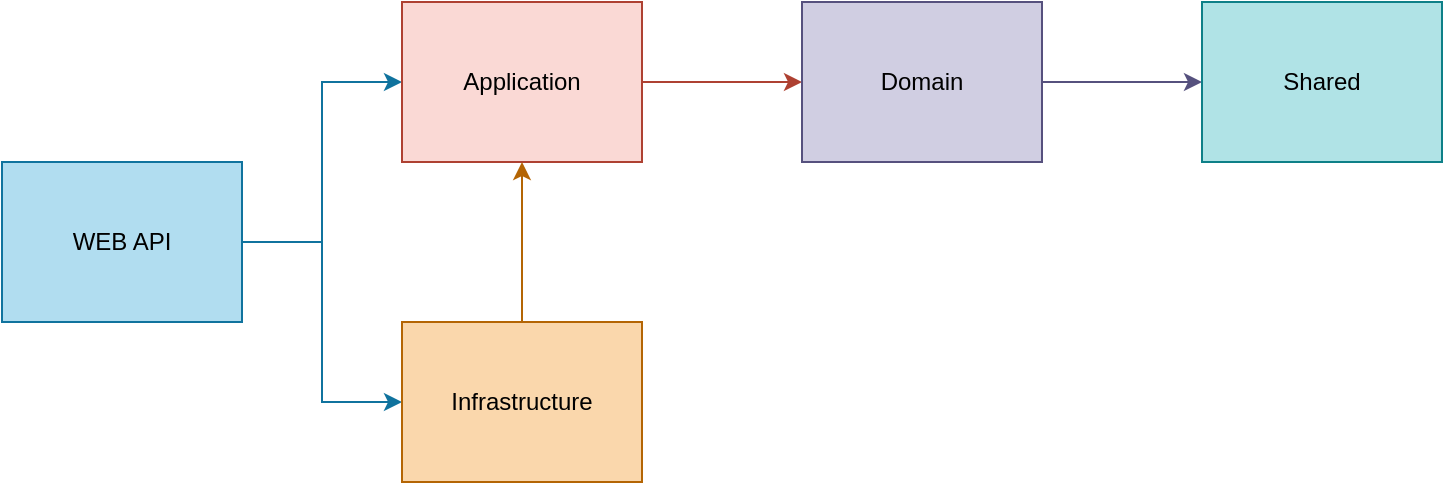
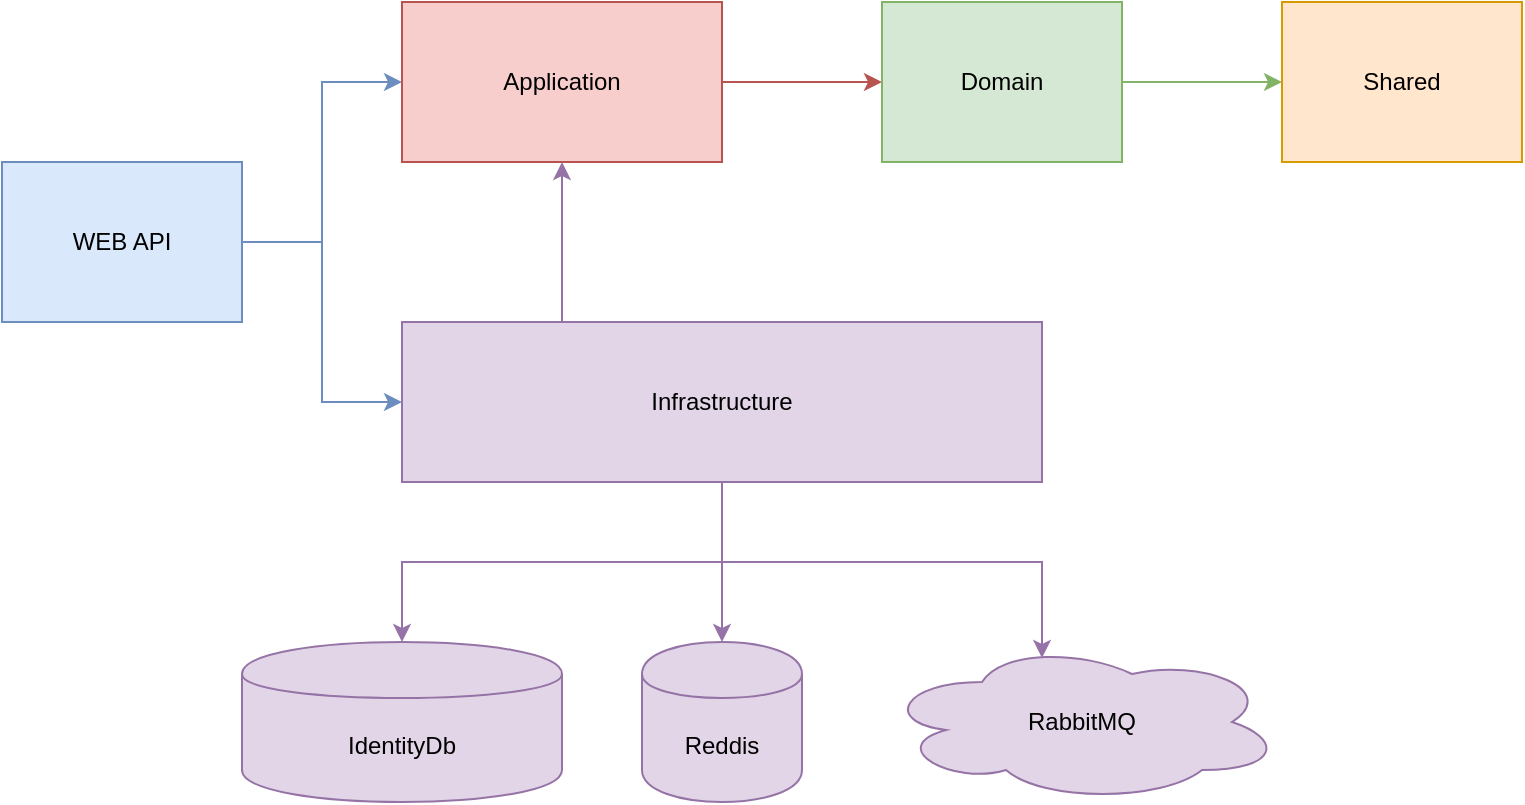
<mxfile host="app.diagrams.net" agent="Mozilla/5.0 (Windows NT 10.0; Win64; x64; rv:150.0) Gecko/20100101 Firefox/150.0">
  <diagram name="Page-1" id="GXAaTJ-KjCMqMk_lmfSD">
    <mxGraphModel dx="1414" dy="751" grid="1" gridSize="10" guides="1" tooltips="1" connect="1" arrows="1" fold="1" page="1" pageScale="1" pageWidth="2000" pageHeight="2000" math="0" shadow="0">
      <root>
        <mxCell id="0" />
        <mxCell id="1" parent="0" />
-         <mxCell id="tfVPCuFNVocGj2-BO_lw-7" edge="1" parent="1" source="tfVPCuFNVocGj2-BO_lw-1" style="edgeStyle=orthogonalEdgeStyle;rounded=0;orthogonalLoop=1;jettySize=auto;html=1;entryX=0;entryY=0.5;entryDx=0;entryDy=0;fillColor=#b1ddf0;strokeColor=#10739e;" target="tfVPCuFNVocGj2-BO_lw-2">
+         <mxCell id="tfVPCuFNVocGj2-BO_lw-7" edge="1" parent="1" source="tfVPCuFNVocGj2-BO_lw-1" style="edgeStyle=orthogonalEdgeStyle;rounded=0;orthogonalLoop=1;jettySize=auto;html=1;entryX=0;entryY=0.5;entryDx=0;entryDy=0;fillColor=#dae8fc;strokeColor=#6c8ebf;" target="tfVPCuFNVocGj2-BO_lw-2">
          <mxGeometry relative="1" as="geometry" />
        </mxCell>
-         <mxCell id="tfVPCuFNVocGj2-BO_lw-8" edge="1" parent="1" source="tfVPCuFNVocGj2-BO_lw-1" style="edgeStyle=orthogonalEdgeStyle;rounded=0;orthogonalLoop=1;jettySize=auto;html=1;entryX=0;entryY=0.5;entryDx=0;entryDy=0;fillColor=#b1ddf0;strokeColor=#10739e;" target="tfVPCuFNVocGj2-BO_lw-5">
+         <mxCell id="tfVPCuFNVocGj2-BO_lw-8" edge="1" parent="1" source="tfVPCuFNVocGj2-BO_lw-1" style="edgeStyle=orthogonalEdgeStyle;rounded=0;orthogonalLoop=1;jettySize=auto;html=1;entryX=0;entryY=0.5;entryDx=0;entryDy=0;fillColor=#dae8fc;strokeColor=#6c8ebf;" target="tfVPCuFNVocGj2-BO_lw-5">
          <mxGeometry relative="1" as="geometry" />
        </mxCell>
-         <mxCell id="tfVPCuFNVocGj2-BO_lw-1" parent="1" style="rounded=0;whiteSpace=wrap;html=1;fillColor=#b1ddf0;strokeColor=#10739e;" value="WEB API" vertex="1">
+         <mxCell id="tfVPCuFNVocGj2-BO_lw-1" parent="1" style="rounded=0;whiteSpace=wrap;html=1;fillColor=#dae8fc;strokeColor=#6c8ebf;" value="WEB API" vertex="1">
          <mxGeometry height="80" width="120" x="40" y="120" as="geometry" />
        </mxCell>
-         <mxCell id="tfVPCuFNVocGj2-BO_lw-10" edge="1" parent="1" source="tfVPCuFNVocGj2-BO_lw-2" style="edgeStyle=orthogonalEdgeStyle;rounded=0;orthogonalLoop=1;jettySize=auto;html=1;entryX=0;entryY=0.5;entryDx=0;entryDy=0;fillColor=#fad9d5;strokeColor=#ae4132;" target="tfVPCuFNVocGj2-BO_lw-3">
+         <mxCell id="tfVPCuFNVocGj2-BO_lw-10" edge="1" parent="1" source="tfVPCuFNVocGj2-BO_lw-2" style="edgeStyle=orthogonalEdgeStyle;rounded=0;orthogonalLoop=1;jettySize=auto;html=1;entryX=0;entryY=0.5;entryDx=0;entryDy=0;fillColor=#f8cecc;strokeColor=#b85450;" target="tfVPCuFNVocGj2-BO_lw-3">
          <mxGeometry relative="1" as="geometry" />
        </mxCell>
-         <mxCell id="tfVPCuFNVocGj2-BO_lw-2" parent="1" style="rounded=0;whiteSpace=wrap;html=1;fillColor=#fad9d5;strokeColor=#ae4132;" value="Application" vertex="1">
-           <mxGeometry height="80" width="120" x="240" y="40" as="geometry" />
+         <mxCell id="tfVPCuFNVocGj2-BO_lw-2" parent="1" style="rounded=0;whiteSpace=wrap;html=1;fillColor=#f8cecc;strokeColor=#b85450;" value="Application" vertex="1">
+           <mxGeometry height="80" width="160" x="240" y="40" as="geometry" />
        </mxCell>
-         <mxCell id="tfVPCuFNVocGj2-BO_lw-11" edge="1" parent="1" source="tfVPCuFNVocGj2-BO_lw-3" style="edgeStyle=orthogonalEdgeStyle;rounded=0;orthogonalLoop=1;jettySize=auto;html=1;entryX=0;entryY=0.5;entryDx=0;entryDy=0;fillColor=#d0cee2;strokeColor=#56517e;" target="tfVPCuFNVocGj2-BO_lw-4">
+         <mxCell id="tfVPCuFNVocGj2-BO_lw-11" edge="1" parent="1" source="tfVPCuFNVocGj2-BO_lw-3" style="edgeStyle=orthogonalEdgeStyle;rounded=0;orthogonalLoop=1;jettySize=auto;html=1;entryX=0;entryY=0.5;entryDx=0;entryDy=0;fillColor=#d5e8d4;strokeColor=#82b366;" target="tfVPCuFNVocGj2-BO_lw-4">
          <mxGeometry relative="1" as="geometry" />
        </mxCell>
-         <mxCell id="tfVPCuFNVocGj2-BO_lw-3" parent="1" style="rounded=0;whiteSpace=wrap;html=1;fillColor=#d0cee2;strokeColor=#56517e;" value="Domain" vertex="1">
-           <mxGeometry height="80" width="120" x="440" y="40" as="geometry" />
+         <mxCell id="tfVPCuFNVocGj2-BO_lw-3" parent="1" style="rounded=0;whiteSpace=wrap;html=1;fillColor=#d5e8d4;strokeColor=#82b366;" value="Domain" vertex="1">
+           <mxGeometry height="80" width="120" x="480" y="40" as="geometry" />
        </mxCell>
-         <mxCell id="tfVPCuFNVocGj2-BO_lw-4" parent="1" style="rounded=0;whiteSpace=wrap;html=1;fillColor=#b0e3e6;strokeColor=#0e8088;" value="Shared" vertex="1">
-           <mxGeometry height="80" width="120" x="640" y="40" as="geometry" />
-         </mxCell>
-         <mxCell id="tfVPCuFNVocGj2-BO_lw-9" edge="1" parent="1" source="tfVPCuFNVocGj2-BO_lw-5" style="edgeStyle=orthogonalEdgeStyle;rounded=0;orthogonalLoop=1;jettySize=auto;html=1;exitX=0.5;exitY=0;exitDx=0;exitDy=0;entryX=0.5;entryY=1;entryDx=0;entryDy=0;fillColor=#fad7ac;strokeColor=#b46504;" target="tfVPCuFNVocGj2-BO_lw-2">
+         <mxCell id="tfVPCuFNVocGj2-BO_lw-13" edge="1" parent="1" source="tfVPCuFNVocGj2-BO_lw-5" style="edgeStyle=orthogonalEdgeStyle;rounded=0;orthogonalLoop=1;jettySize=auto;html=1;entryX=0.5;entryY=0;entryDx=0;entryDy=0;fillColor=#e1d5e7;strokeColor=#9673a6;exitX=0.5;exitY=1;exitDx=0;exitDy=0;" target="tfVPCuFNVocGj2-BO_lw-12">
          <mxGeometry relative="1" as="geometry" />
        </mxCell>
-         <mxCell id="tfVPCuFNVocGj2-BO_lw-5" parent="1" style="rounded=0;whiteSpace=wrap;html=1;fillColor=#fad7ac;strokeColor=#b46504;" value="Infrastructure" vertex="1">
-           <mxGeometry height="80" width="120" x="240" y="200" as="geometry" />
+         <mxCell id="tfVPCuFNVocGj2-BO_lw-4" parent="1" style="rounded=0;whiteSpace=wrap;html=1;fillColor=#ffe6cc;strokeColor=#d79b00;" value="Shared" vertex="1">
+           <mxGeometry height="80" width="120" x="680" y="40" as="geometry" />
+         </mxCell>
+         <mxCell id="tfVPCuFNVocGj2-BO_lw-9" edge="1" parent="1" source="tfVPCuFNVocGj2-BO_lw-5" style="edgeStyle=orthogonalEdgeStyle;rounded=0;orthogonalLoop=1;jettySize=auto;html=1;exitX=0.25;exitY=0;exitDx=0;exitDy=0;entryX=0.5;entryY=1;entryDx=0;entryDy=0;fillColor=#e1d5e7;strokeColor=#9673a6;" target="tfVPCuFNVocGj2-BO_lw-2">
+           <mxGeometry relative="1" as="geometry" />
+         </mxCell>
+         <mxCell id="tfVPCuFNVocGj2-BO_lw-16" edge="1" parent="1" source="tfVPCuFNVocGj2-BO_lw-5" style="edgeStyle=orthogonalEdgeStyle;rounded=0;orthogonalLoop=1;jettySize=auto;html=1;entryX=0.5;entryY=0;entryDx=0;entryDy=0;fillColor=#e1d5e7;strokeColor=#9673a6;" target="tfVPCuFNVocGj2-BO_lw-14">
+           <mxGeometry relative="1" as="geometry" />
+         </mxCell>
+         <mxCell id="tfVPCuFNVocGj2-BO_lw-17" edge="1" parent="1" source="tfVPCuFNVocGj2-BO_lw-5" style="edgeStyle=orthogonalEdgeStyle;rounded=0;orthogonalLoop=1;jettySize=auto;html=1;entryX=0.4;entryY=0.1;entryDx=0;entryDy=0;fillColor=#e1d5e7;strokeColor=#9673a6;entryPerimeter=0;" target="tfVPCuFNVocGj2-BO_lw-19">
+           <mxGeometry relative="1" as="geometry">
+             <mxPoint x="580" y="360" as="targetPoint" />
+           </mxGeometry>
+         </mxCell>
+         <mxCell id="tfVPCuFNVocGj2-BO_lw-5" parent="1" style="rounded=0;whiteSpace=wrap;html=1;fillColor=#e1d5e7;strokeColor=#9673a6;" value="Infrastructure" vertex="1">
+           <mxGeometry height="80" width="320" x="240" y="200" as="geometry" />
+         </mxCell>
+         <mxCell id="tfVPCuFNVocGj2-BO_lw-12" parent="1" style="shape=cylinder;whiteSpace=wrap;html=1;boundedLbl=1;backgroundOutline=1;fillColor=#e1d5e7;strokeColor=#9673a6;" value="IdentityDb" vertex="1">
+           <mxGeometry height="80" width="160" x="160" y="360" as="geometry" />
+         </mxCell>
+         <mxCell id="tfVPCuFNVocGj2-BO_lw-14" parent="1" style="shape=cylinder;whiteSpace=wrap;html=1;boundedLbl=1;backgroundOutline=1;fillColor=#e1d5e7;strokeColor=#9673a6;" value="Reddis" vertex="1">
+           <mxGeometry height="80" width="80" x="360" y="360" as="geometry" />
+         </mxCell>
+         <mxCell id="tfVPCuFNVocGj2-BO_lw-19" parent="1" style="shape=cloud;whiteSpace=wrap;html=1;fillColor=#e1d5e7;strokeColor=#9673a6;" value="RabbitMQ" vertex="1">
+           <mxGeometry height="80" width="200" x="480" y="360" as="geometry" />
        </mxCell>
      </root>
    </mxGraphModel>
  </diagram>
</mxfile>
